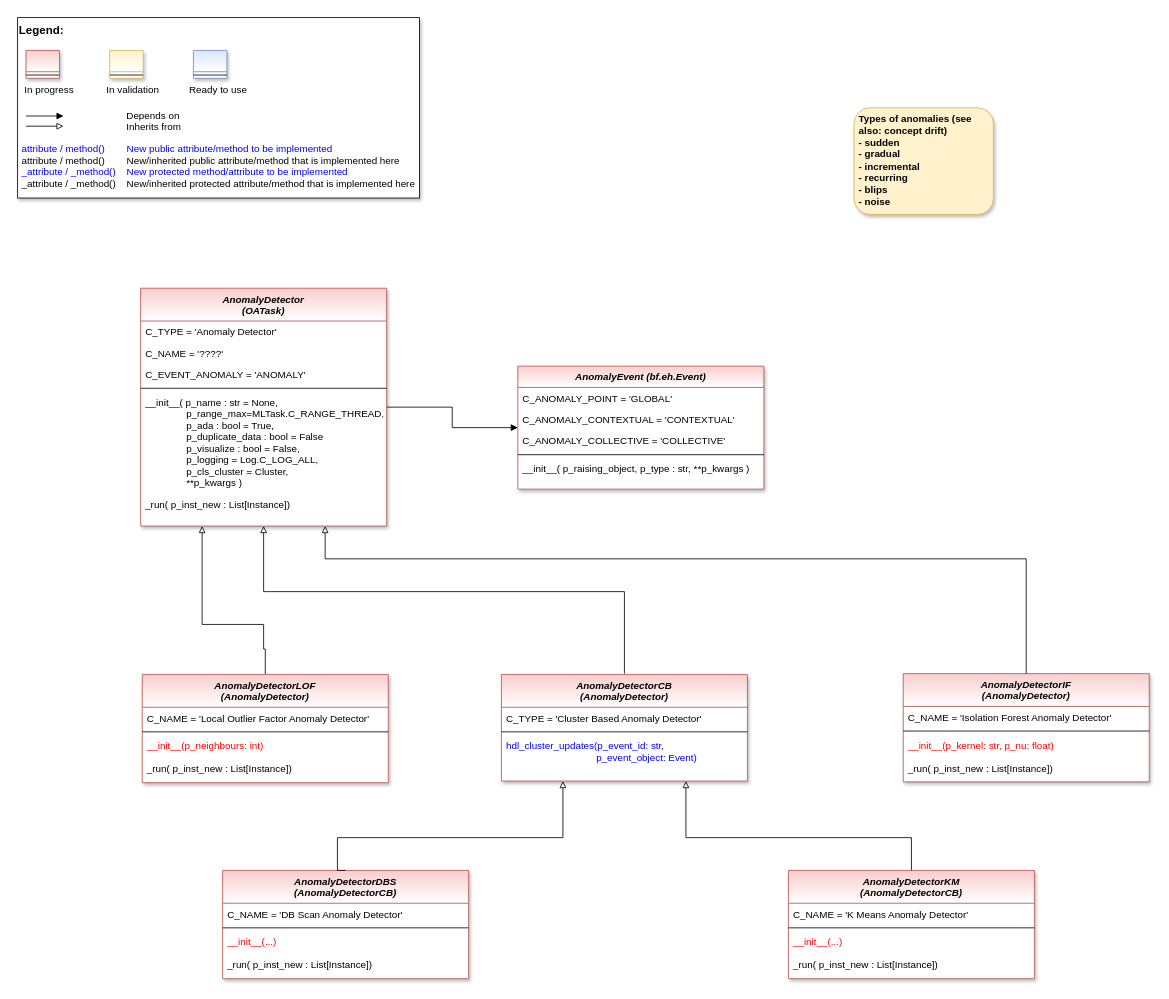
fhswf/MLPro keeps this draw.io diagram as doc/rtd/content/04_appendices/appendix2/sub/core/mlpro_oa/streams/tasks/images/MLPro-OA_Anomaly_Detectors_class_diagram.drawio. Above is the earlier version. Source tidied: cells renumbered, new cells numbered last; positions are measured from the earlier drawing's top-left corner, leaving out a move shared by most shapes. Both pictures are drawn from the tidied source at 82%, with x=0, y=0 at pixel (17, 17).
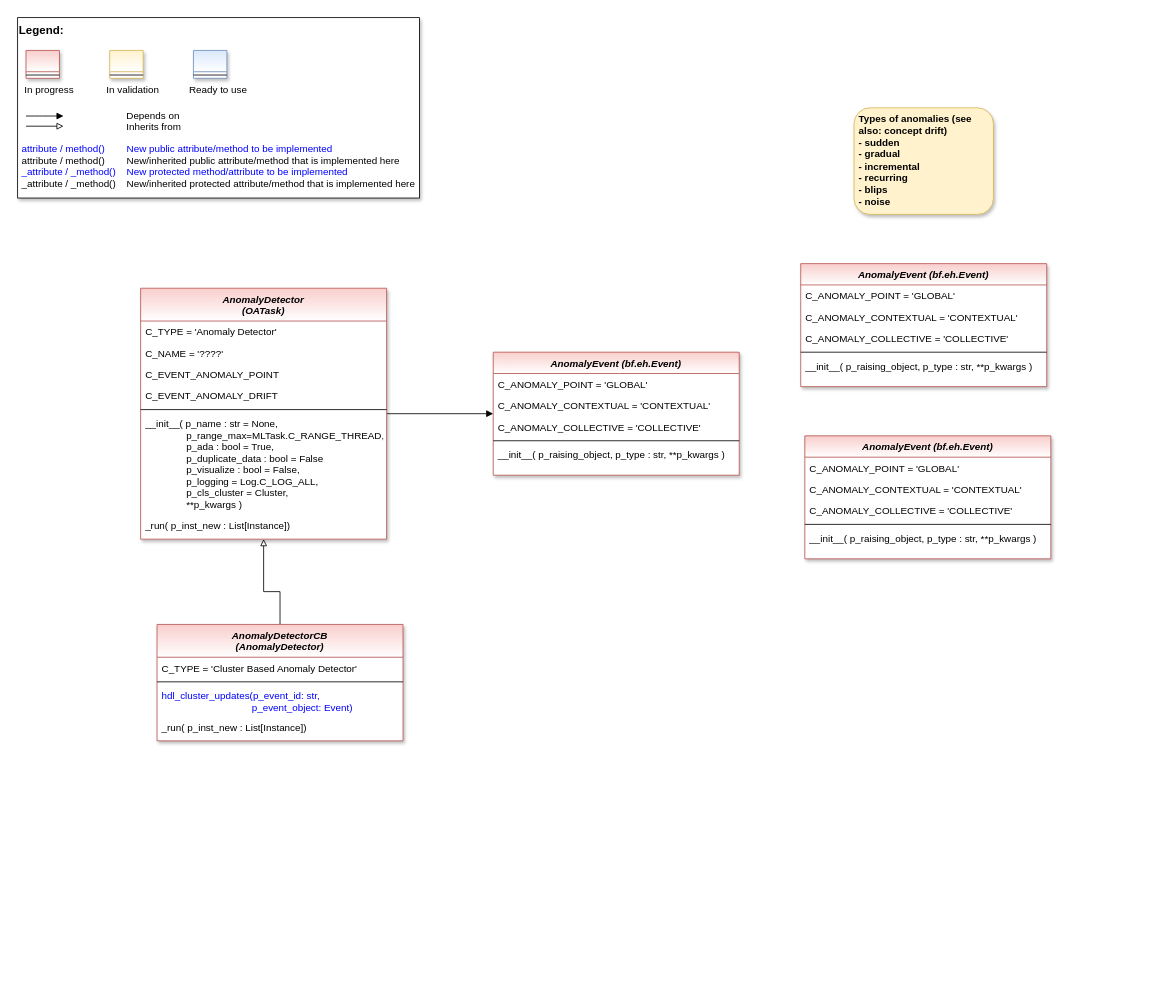
Above is the later version.

Commit message (it also covers changes not shown here):
OA-Task: AnomalyDetector #520

Change to the diagram source:
```diff
@@
     <mxCell id="14" value="AnomalyDetector&#10;(OATask)" style="swimlane;fontStyle=3;align=center;verticalAlign=top;horizontal=1;startSize=40;rounded=0;shadow=1;strokeWidth=1;fillColor=#f8cecc;strokeColor=#b85450;swimlaneFillColor=#ffffff;gradientColor=#ffffff;" parent="1" vertex="1">
-      <mxGeometry x="150" y="330" width="300" height="290" as="geometry" />
+      <mxGeometry x="150" y="330" width="300" height="306" as="geometry" />
     </mxCell>
@@
-    <mxCell id="17" value="C_EVENT_ANOMALY = 'ANOMALY'" style="text;align=left;verticalAlign=top;spacingLeft=4;spacingRight=4;overflow=hidden;fontColor=default;" parent="14" vertex="1">
+    <mxCell id="17" value="C_EVENT_ANOMALY_POINT&#10;" style="text;align=left;verticalAlign=top;spacingLeft=4;spacingRight=4;overflow=hidden;fontColor=default;" parent="14" vertex="1">
       <mxGeometry y="92" width="300" height="26" as="geometry" />
     </mxCell>
+    <mxCell id="56" value="C_EVENT_ANOMALY_DRIFT" style="text;align=left;verticalAlign=top;spacingLeft=4;spacingRight=4;overflow=hidden;fontColor=default;" parent="14" vertex="1">
+      <mxGeometry y="118" width="300" height="26" as="geometry" />
+    </mxCell>
     <mxCell id="18" style="line;html=1;strokeWidth=1;align=left;verticalAlign=middle;spacingTop=-1;spacingLeft=3;spacingRight=3;labelPosition=right;" parent="14" vertex="1">
-      <mxGeometry y="118" width="300" height="8" as="geometry" />
+      <mxGeometry y="144" width="300" height="8" as="geometry" />
     </mxCell>
     <mxCell id="19" value="__init__( p_name : str = None,&#10;               p_range_max=MLTask.C_RANGE_THREAD,&#10;               p_ada : bool = True,&#10;               p_duplicate_data : bool = False&#10;               p_visualize : bool = False,&#10;               p_logging = Log.C_LOG_ALL,&#10;               p_cls_cluster = Cluster,&#10;               **p_kwargs )" style="text;align=left;verticalAlign=top;spacingLeft=4;spacingRight=4;overflow=hidden;fontColor=default;" parent="14" vertex="1">
-      <mxGeometry y="126" width="300" height="124" as="geometry" />
+      <mxGeometry y="152" width="300" height="124" as="geometry" />
     </mxCell>
     <mxCell id="20" value="_run( p_inst_new : List[Instance])" style="text;align=left;verticalAlign=top;spacingLeft=4;spacingRight=4;overflow=hidden;shadow=1;" parent="14" vertex="1">
-      <mxGeometry y="250" width="300" height="30" as="geometry" />
+      <mxGeometry y="276" width="300" height="30" as="geometry" />
     </mxCell>
     <mxCell id="21" value="AnomalyEvent (bf.eh.Event)" style="swimlane;fontStyle=3;align=center;verticalAlign=top;horizontal=1;startSize=26;rounded=0;shadow=1;strokeWidth=1;fillColor=#f8cecc;strokeColor=#b85450;swimlaneFillColor=#ffffff;gradientColor=#ffffff;" parent="1" vertex="1">
-      <mxGeometry x="610" y="425" width="300" height="150" as="geometry" />
+      <mxGeometry x="580" y="408" width="300" height="150" as="geometry" />
     </mxCell>
@@
-    <mxCell id="27" style="edgeStyle=orthogonalEdgeStyle;rounded=0;jettySize=auto;html=1;fontColor=#0000FF;endArrow=block;endFill=0;entryX=0.5;entryY=1;entryDx=0;entryDy=0;" parent="1" edge="1" target="14">
+    <mxCell id="27" style="edgeStyle=orthogonalEdgeStyle;rounded=0;jettySize=auto;html=1;fontColor=#0000FF;endArrow=block;endFill=0;entryX=0.5;entryY=1;entryDx=0;entryDy=0;" parent="1" edge="1" source="28" target="14">
       <mxGeometry relative="1" as="geometry">
-        <mxPoint x="740" y="800" as="sourcePoint" />
         <Array as="points">
-          <mxPoint x="740" y="700" />
+          <mxPoint x="320" y="700" />
           <mxPoint x="300" y="700" />
         </Array>
       </mxGeometry>
     </mxCell>
     <mxCell id="28" value="AnomalyDetectorCB &#10;(AnomalyDetector)" style="swimlane;fontStyle=3;align=center;verticalAlign=top;horizontal=1;startSize=40;rounded=0;shadow=1;strokeWidth=1;fillColor=#f8cecc;strokeColor=#b85450;swimlaneFillColor=#ffffff;gradientColor=#ffffff;" parent="1" vertex="1">
-      <mxGeometry x="590" y="801" width="300" height="130" as="geometry" />
+      <mxGeometry x="170" y="740" width="300" height="142" as="geometry" />
     </mxCell>
@@
-    <mxCell id="32" style="edgeStyle=orthogonalEdgeStyle;rounded=0;jettySize=auto;html=1;fontColor=#0000FF;endArrow=block;endFill=0;exitX=0.5;exitY=0;exitDx=0;exitDy=0;entryX=0.25;entryY=1;entryDx=0;entryDy=0;" parent="1" edge="1" source="48" target="14">
-      <mxGeometry relative="1" as="geometry">
-        <Array as="points">
-          <mxPoint x="302" y="770" />
-          <mxPoint x="300" y="770" />
-          <mxPoint x="300" y="740" />
-          <mxPoint x="225" y="740" />
-        </Array>
-      </mxGeometry>
-    </mxCell>
-    <mxCell id="33" value="AnomalyDetectorIF&#10;(AnomalyDetector)" style="swimlane;fontStyle=3;align=center;verticalAlign=top;horizontal=1;startSize=40;rounded=0;shadow=1;strokeWidth=1;fillColor=#f8cecc;strokeColor=#b85450;swimlaneFillColor=#ffffff;gradientColor=#ffffff;" parent="1" vertex="1">
-      <mxGeometry x="1080" y="800" width="300" height="132" as="geometry" />
-    </mxCell>
-    <mxCell id="34" value="C_NAME = 'Isolation Forest Anomaly Detector'" style="text;align=left;verticalAlign=top;spacingLeft=4;spacingRight=4;overflow=hidden;fontColor=default;" parent="33" vertex="1">
-      <mxGeometry y="40" width="300" height="26" as="geometry" />
-    </mxCell>
-    <mxCell id="35" style="line;html=1;strokeWidth=1;align=left;verticalAlign=middle;spacingTop=-1;spacingLeft=3;spacingRight=3;labelPosition=right;" parent="33" vertex="1">
-      <mxGeometry y="66" width="300" height="8" as="geometry" />
-    </mxCell>
-    <mxCell id="36" value="__init__(p_kernel: str, p_nu: float)" style="text;align=left;verticalAlign=top;spacingLeft=4;spacingRight=4;overflow=hidden;fontColor=#FF0000;" parent="33" vertex="1">
-      <mxGeometry y="74" width="300" height="28" as="geometry" />
-    </mxCell>
-    <mxCell id="37" value="_run( p_inst_new : List[Instance])" style="text;align=left;verticalAlign=top;spacingLeft=4;spacingRight=4;overflow=hidden;shadow=1;" parent="33" vertex="1">
-      <mxGeometry y="102" width="300" height="30" as="geometry" />
-    </mxCell>
-    <mxCell id="38" value="AnomalyDetectorDBS&#10;(AnomalyDetectorCB)" style="swimlane;fontStyle=3;align=center;verticalAlign=top;horizontal=1;startSize=40;rounded=0;shadow=1;strokeWidth=1;fillColor=#f8cecc;strokeColor=#b85450;swimlaneFillColor=#ffffff;gradientColor=#ffffff;" parent="1" vertex="1">
-      <mxGeometry x="250" y="1040" width="300" height="132" as="geometry" />
-    </mxCell>
-    <mxCell id="39" value="C_NAME = 'DB Scan Anomaly Detector'" style="text;align=left;verticalAlign=top;spacingLeft=4;spacingRight=4;overflow=hidden;fontColor=default;" parent="38" vertex="1">
-      <mxGeometry y="40" width="300" height="26" as="geometry" />
-    </mxCell>
-    <mxCell id="40" style="line;html=1;strokeWidth=1;align=left;verticalAlign=middle;spacingTop=-1;spacingLeft=3;spacingRight=3;labelPosition=right;" parent="38" vertex="1">
-      <mxGeometry y="66" width="300" height="8" as="geometry" />
-    </mxCell>
-    <mxCell id="41" value="__init__(...)" style="text;align=left;verticalAlign=top;spacingLeft=4;spacingRight=4;overflow=hidden;fontColor=#FF0000;" parent="38" vertex="1">
-      <mxGeometry y="74" width="300" height="28" as="geometry" />
-    </mxCell>
-    <mxCell id="42" value="_run( p_inst_new : List[Instance])" style="text;align=left;verticalAlign=top;spacingLeft=4;spacingRight=4;overflow=hidden;shadow=1;" parent="38" vertex="1">
-      <mxGeometry y="102" width="300" height="30" as="geometry" />
-    </mxCell>
-    <mxCell id="43" value="AnomalyDetectorKM&#10;(AnomalyDetectorCB)" style="swimlane;fontStyle=3;align=center;verticalAlign=top;horizontal=1;startSize=40;rounded=0;shadow=1;strokeWidth=1;fillColor=#f8cecc;strokeColor=#b85450;swimlaneFillColor=#ffffff;gradientColor=#ffffff;" parent="1" vertex="1">
-      <mxGeometry x="940" y="1040" width="300" height="132" as="geometry" />
-    </mxCell>
-    <mxCell id="44" value="C_NAME = 'K Means Anomaly Detector'" style="text;align=left;verticalAlign=top;spacingLeft=4;spacingRight=4;overflow=hidden;fontColor=default;" parent="43" vertex="1">
-      <mxGeometry y="40" width="300" height="26" as="geometry" />
-    </mxCell>
-    <mxCell id="45" style="line;html=1;strokeWidth=1;align=left;verticalAlign=middle;spacingTop=-1;spacingLeft=3;spacingRight=3;labelPosition=right;" parent="43" vertex="1">
-      <mxGeometry y="66" width="300" height="8" as="geometry" />
-    </mxCell>
-    <mxCell id="46" value="__init__(...)" style="text;align=left;verticalAlign=top;spacingLeft=4;spacingRight=4;overflow=hidden;fontColor=#FF0000;" parent="43" vertex="1">
-      <mxGeometry y="74" width="300" height="28" as="geometry" />
-    </mxCell>
-    <mxCell id="47" value="_run( p_inst_new : List[Instance])" style="text;align=left;verticalAlign=top;spacingLeft=4;spacingRight=4;overflow=hidden;shadow=1;" parent="43" vertex="1">
-      <mxGeometry y="102" width="300" height="30" as="geometry" />
-    </mxCell>
-    <mxCell id="48" value="AnomalyDetectorLOF&#10;(AnomalyDetector)" style="swimlane;fontStyle=3;align=center;verticalAlign=top;horizontal=1;startSize=40;rounded=0;shadow=1;strokeWidth=1;fillColor=#f8cecc;strokeColor=#b85450;swimlaneFillColor=#ffffff;gradientColor=#ffffff;" parent="1" vertex="1">
-      <mxGeometry x="152" y="801" width="300" height="132" as="geometry" />
-    </mxCell>
-    <mxCell id="49" value="C_NAME = 'Local Outlier Factor Anomaly Detector'" style="text;align=left;verticalAlign=top;spacingLeft=4;spacingRight=4;overflow=hidden;fontColor=default;" parent="48" vertex="1">
-      <mxGeometry y="40" width="300" height="26" as="geometry" />
-    </mxCell>
-    <mxCell id="50" style="line;html=1;strokeWidth=1;align=left;verticalAlign=middle;spacingTop=-1;spacingLeft=3;spacingRight=3;labelPosition=right;" parent="48" vertex="1">
-      <mxGeometry y="66" width="300" height="8" as="geometry" />
-    </mxCell>
-    <mxCell id="51" value="__init__(p_neighbours: int)" style="text;align=left;verticalAlign=top;spacingLeft=4;spacingRight=4;overflow=hidden;fontColor=#FF0000;" parent="48" vertex="1">
-      <mxGeometry y="74" width="300" height="28" as="geometry" />
-    </mxCell>
-    <mxCell id="52" value="_run( p_inst_new : List[Instance])" style="text;align=left;verticalAlign=top;spacingLeft=4;spacingRight=4;overflow=hidden;shadow=1;" parent="48" vertex="1">
-      <mxGeometry y="102" width="300" height="30" as="geometry" />
-    </mxCell>
-    <mxCell id="53" style="edgeStyle=orthogonalEdgeStyle;rounded=0;jettySize=auto;html=1;fontColor=#0000FF;endArrow=block;endFill=0;exitX=0.5;exitY=0;exitDx=0;exitDy=0;entryX=0.25;entryY=1;entryDx=0;entryDy=0;" parent="1" edge="1" source="38" target="28">
-      <mxGeometry relative="1" as="geometry">
-        <Array as="points">
-          <mxPoint x="390" y="1000" />
-          <mxPoint x="665" y="1000" />
-        </Array>
-      </mxGeometry>
-    </mxCell>
-    <mxCell id="54" style="edgeStyle=orthogonalEdgeStyle;rounded=0;jettySize=auto;html=1;fontColor=#0000FF;endArrow=block;endFill=0;exitX=0.5;exitY=0;exitDx=0;exitDy=0;entryX=0.75;entryY=1;entryDx=0;entryDy=0;" parent="1" edge="1" source="43" target="28">
-      <mxGeometry relative="1" as="geometry">
-        <Array as="points">
-          <mxPoint x="1090" y="1000" />
-          <mxPoint x="815" y="1000" />
-        </Array>
-      </mxGeometry>
-    </mxCell>
-    <mxCell id="55" style="edgeStyle=orthogonalEdgeStyle;rounded=0;jettySize=auto;html=1;fontColor=#0000FF;endArrow=block;endFill=0;exitX=0.5;exitY=0;exitDx=0;exitDy=0;entryX=0.75;entryY=1;entryDx=0;entryDy=0;" parent="1" edge="1" source="33" target="14">
-      <mxGeometry relative="1" as="geometry">
-        <Array as="points">
-          <mxPoint x="1230" y="660" />
-          <mxPoint x="375" y="660" />
-        </Array>
-      </mxGeometry>
-    </mxCell>
+    <mxCell id="57" value="_run( p_inst_new : List[Instance])" style="text;align=left;verticalAlign=top;spacingLeft=4;spacingRight=4;overflow=hidden;shadow=1;" parent="28" vertex="1">
+      <mxGeometry y="112" width="300" height="30" as="geometry" />
+    </mxCell>
+    <mxCell id="58" value="AnomalyEvent (bf.eh.Event)" style="swimlane;fontStyle=3;align=center;verticalAlign=top;horizontal=1;startSize=26;rounded=0;shadow=1;strokeWidth=1;fillColor=#f8cecc;strokeColor=#b85450;swimlaneFillColor=#ffffff;gradientColor=#ffffff;" parent="1" vertex="1">
+      <mxGeometry x="955" y="300" width="300" height="150" as="geometry" />
+    </mxCell>
+    <mxCell id="59" value="C_ANOMALY_POINT = 'GLOBAL'" style="text;align=left;verticalAlign=top;spacingLeft=4;spacingRight=4;overflow=hidden;fontColor=default;" parent="58" vertex="1">
+      <mxGeometry y="26" width="300" height="26" as="geometry" />
+    </mxCell>
+    <mxCell id="60" value="C_ANOMALY_CONTEXTUAL = 'CONTEXTUAL'" style="text;align=left;verticalAlign=top;spacingLeft=4;spacingRight=4;overflow=hidden;fontColor=default;" parent="58" vertex="1">
+      <mxGeometry y="52" width="300" height="26" as="geometry" />
+    </mxCell>
+    <mxCell id="61" value="C_ANOMALY_COLLECTIVE = 'COLLECTIVE'" style="text;align=left;verticalAlign=top;spacingLeft=4;spacingRight=4;overflow=hidden;fontColor=default;" parent="58" vertex="1">
+      <mxGeometry y="78" width="300" height="26" as="geometry" />
+    </mxCell>
+    <mxCell id="62" style="line;html=1;strokeWidth=1;align=left;verticalAlign=middle;spacingTop=-1;spacingLeft=3;spacingRight=3;labelPosition=right;" parent="58" vertex="1">
+      <mxGeometry y="104" width="300" height="8" as="geometry" />
+    </mxCell>
+    <mxCell id="63" value="__init__( p_raising_object, p_type : str, **p_kwargs )" style="text;align=left;verticalAlign=top;spacingLeft=4;spacingRight=4;overflow=hidden;" parent="58" vertex="1">
+      <mxGeometry y="112" width="300" height="28" as="geometry" />
+    </mxCell>
+    <mxCell id="64" value="AnomalyEvent (bf.eh.Event)" style="swimlane;fontStyle=3;align=center;verticalAlign=top;horizontal=1;startSize=26;rounded=0;shadow=1;strokeWidth=1;fillColor=#f8cecc;strokeColor=#b85450;swimlaneFillColor=#ffffff;gradientColor=#ffffff;" parent="1" vertex="1">
+      <mxGeometry x="960" y="510" width="300" height="150" as="geometry" />
+    </mxCell>
+    <mxCell id="65" value="C_ANOMALY_POINT = 'GLOBAL'" style="text;align=left;verticalAlign=top;spacingLeft=4;spacingRight=4;overflow=hidden;fontColor=default;" parent="64" vertex="1">
+      <mxGeometry y="26" width="300" height="26" as="geometry" />
+    </mxCell>
+    <mxCell id="66" value="C_ANOMALY_CONTEXTUAL = 'CONTEXTUAL'" style="text;align=left;verticalAlign=top;spacingLeft=4;spacingRight=4;overflow=hidden;fontColor=default;" parent="64" vertex="1">
+      <mxGeometry y="52" width="300" height="26" as="geometry" />
+    </mxCell>
+    <mxCell id="67" value="C_ANOMALY_COLLECTIVE = 'COLLECTIVE'" style="text;align=left;verticalAlign=top;spacingLeft=4;spacingRight=4;overflow=hidden;fontColor=default;" parent="64" vertex="1">
+      <mxGeometry y="78" width="300" height="26" as="geometry" />
+    </mxCell>
+    <mxCell id="68" style="line;html=1;strokeWidth=1;align=left;verticalAlign=middle;spacingTop=-1;spacingLeft=3;spacingRight=3;labelPosition=right;" parent="64" vertex="1">
+      <mxGeometry y="104" width="300" height="8" as="geometry" />
+    </mxCell>
+    <mxCell id="69" value="__init__( p_raising_object, p_type : str, **p_kwargs )" style="text;align=left;verticalAlign=top;spacingLeft=4;spacingRight=4;overflow=hidden;" parent="64" vertex="1">
+      <mxGeometry y="112" width="300" height="28" as="geometry" />
+    </mxCell>
```
